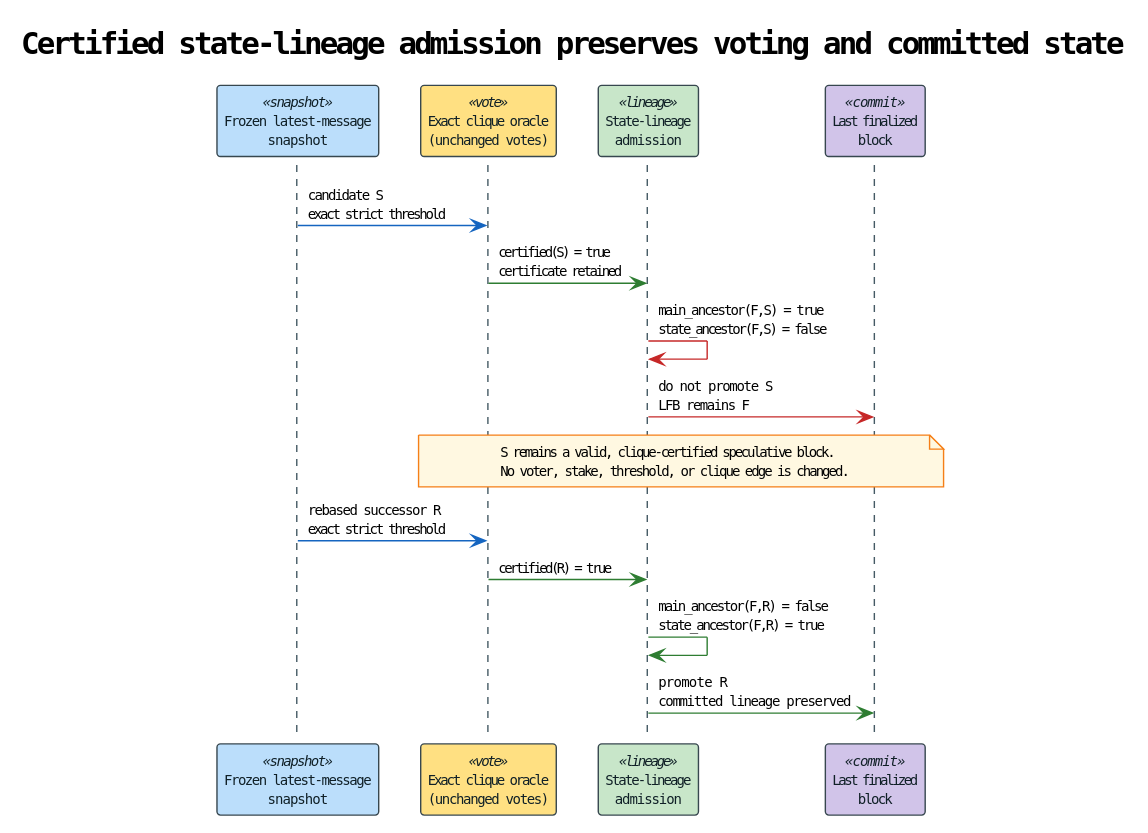
Before: docs/theory/finalized-floor/diagrams/08-state-lineage-admission.svg, a diagram exported from PlantUML (F1R3FLY-io/f1r3node-rust). Its diagram source:
```plantuml
@startuml
!theme plain

skinparam backgroundColor #FFFFFF
skinparam sequence {
  ArrowColor #263238
  LifeLineBorderColor #455A64
  LifeLineBackgroundColor #ECEFF1
  ParticipantBorderColor #37474F
  ParticipantFontColor #102027
}
skinparam participant {
  BackgroundColor<<snapshot>> #BBDEFB
  BackgroundColor<<vote>> #FFE082
  BackgroundColor<<lineage>> #C8E6C9
  BackgroundColor<<commit>> #D1C4E9
}
skinparam note {
  BackgroundColor #FFF8E1
  BorderColor #F57F17
}
skinparam defaultFontName "monospace"
skinparam defaultFontSize 10

title Certified state-lineage admission preserves voting and committed state

participant "Frozen latest-message\nsnapshot" as Snapshot <<snapshot>>
participant "Exact clique oracle\n(unchanged votes)" as Clique <<vote>>
participant "State-lineage\nadmission" as Lineage <<lineage>>
participant "Last finalized\nblock" as LFB <<commit>>

Snapshot -[#1565C0]> Clique : candidate S\nexact strict threshold
Clique -[#2E7D32]> Lineage : certified(S) = true\ncertificate retained
Lineage -[#C62828]> Lineage : main_ancestor(F,S) = true\nstate_ancestor(F,S) = false
Lineage -[#C62828]> LFB : do not promote S\nLFB remains F

note over Clique, LFB
S remains a valid, clique-certified speculative block.
No voter, stake, threshold, or clique edge is changed.
end note

Snapshot -[#1565C0]> Clique : rebased successor R\nexact strict threshold
Clique -[#2E7D32]> Lineage : certified(R) = true
Lineage -[#2E7D32]> Lineage : main_ancestor(F,R) = false\nstate_ancestor(F,R) = true
Lineage -[#2E7D32]> LFB : promote R\ncommitted lineage preserved
@enduml
```
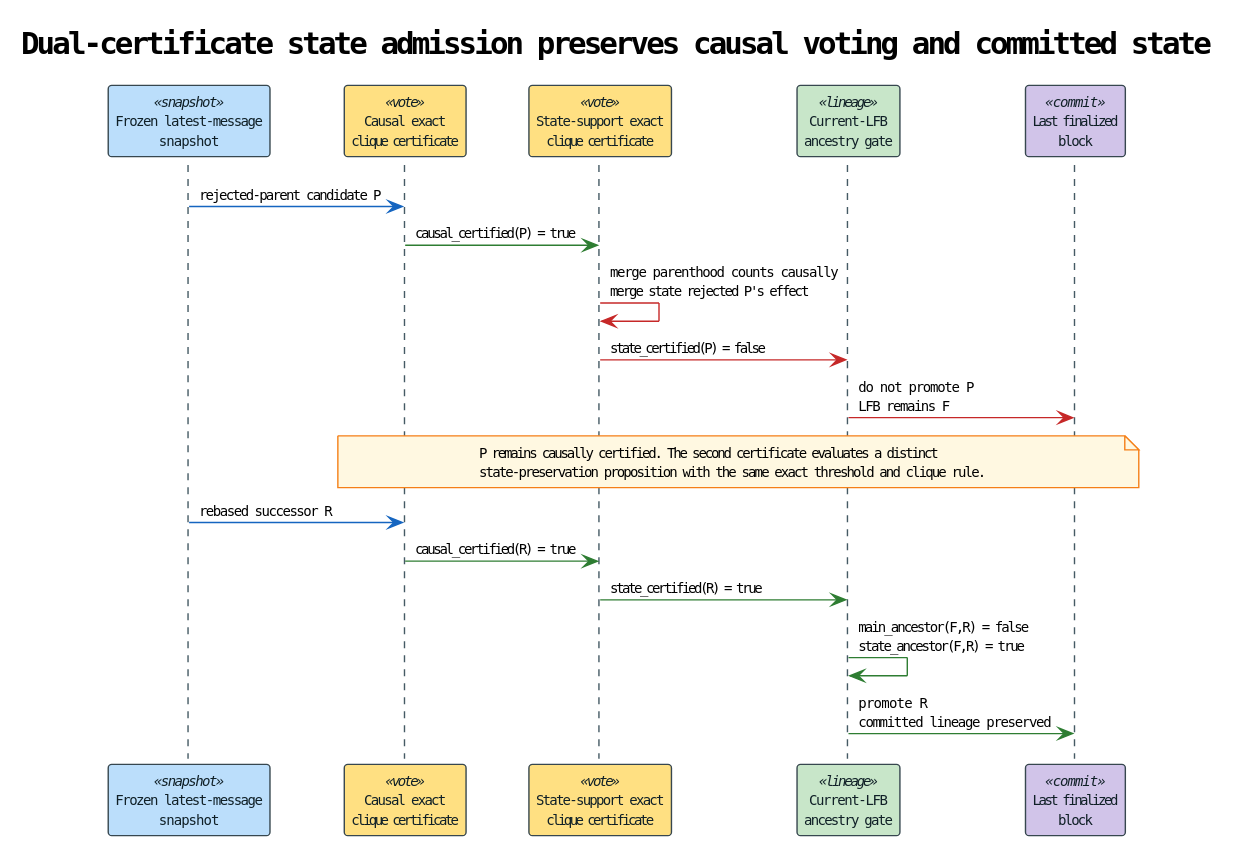
Above is the later version.

Change to the diagram source:
```diff
@@ -22,25 +22,28 @@
 skinparam defaultFontName "monospace"
 skinparam defaultFontSize 10
 
-title Certified state-lineage admission preserves voting and committed state
+title Dual-certificate state admission preserves causal voting and committed state
 
 participant "Frozen latest-message\nsnapshot" as Snapshot <<snapshot>>
-participant "Exact clique oracle\n(unchanged votes)" as Clique <<vote>>
-participant "State-lineage\nadmission" as Lineage <<lineage>>
+participant "Causal exact\nclique certificate" as Causal <<vote>>
+participant "State-support exact\nclique certificate" as StateCert <<vote>>
+participant "Current-LFB\nancestry gate" as Lineage <<lineage>>
 participant "Last finalized\nblock" as LFB <<commit>>
 
-Snapshot -[#1565C0]> Clique : candidate S\nexact strict threshold
-Clique -[#2E7D32]> Lineage : certified(S) = true\ncertificate retained
-Lineage -[#C62828]> Lineage : main_ancestor(F,S) = true\nstate_ancestor(F,S) = false
-Lineage -[#C62828]> LFB : do not promote S\nLFB remains F
+Snapshot -[#1565C0]> Causal : rejected-parent candidate P
+Causal -[#2E7D32]> StateCert : causal_certified(P) = true
+StateCert -[#C62828]> StateCert : merge parenthood counts causally\nmerge state rejected P's effect
+StateCert -[#C62828]> Lineage : state_certified(P) = false
+Lineage -[#C62828]> LFB : do not promote P\nLFB remains F
 
-note over Clique, LFB
-S remains a valid, clique-certified speculative block.
-No voter, stake, threshold, or clique edge is changed.
+note over Causal, LFB
+P remains causally certified. The second certificate evaluates a distinct
+state-preservation proposition with the same exact threshold and clique rule.
 end note
 
-Snapshot -[#1565C0]> Clique : rebased successor R\nexact strict threshold
-Clique -[#2E7D32]> Lineage : certified(R) = true
+Snapshot -[#1565C0]> Causal : rebased successor R
+Causal -[#2E7D32]> StateCert : causal_certified(R) = true
+StateCert -[#2E7D32]> Lineage : state_certified(R) = true
 Lineage -[#2E7D32]> Lineage : main_ancestor(F,R) = false\nstate_ancestor(F,R) = true
 Lineage -[#2E7D32]> LFB : promote R\ncommitted lineage preserved
 @enduml
```
